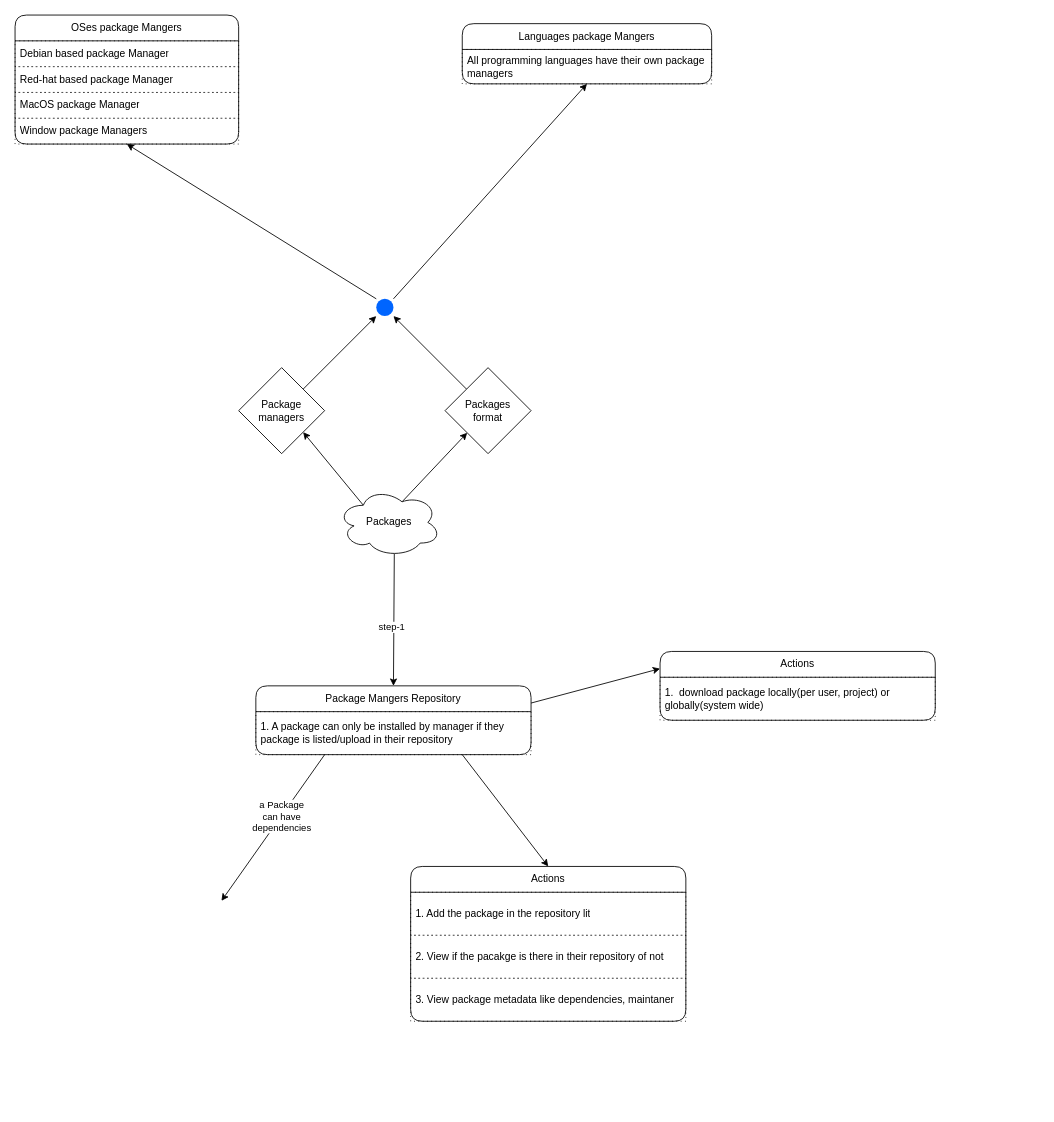
Earlier version of the draw.io diagram package-manager/pm.dio (knpvt5/Programming-Concepts). Source tidied: cells renumbered, new cells numbered last; positions are measured from the earlier drawing's top-left corner, leaving out a move shared by most shapes. Both pictures are drawn from the tidied source at 86%, with x=0, y=0 at pixel (15, 15).
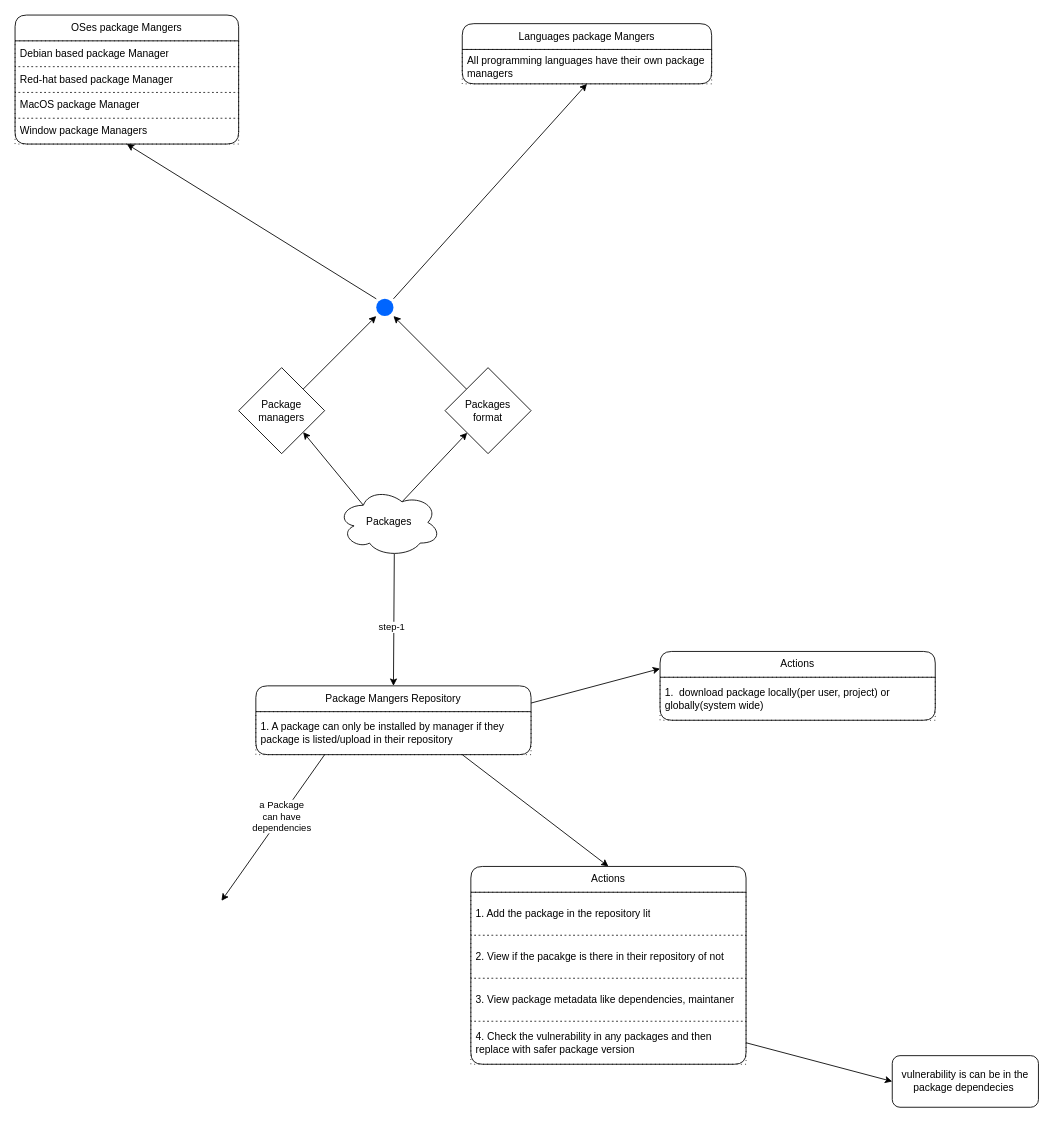
The same page after the edit.

Change to the diagram source:
```diff
@@
     <mxCell id="24" value="Actions" style="swimlane;fontStyle=0;horizontal=1;startSize=30;whiteSpace=wrap;html=1;rounded=1;" parent="1" vertex="1">
-      <mxGeometry x="460" y="990" width="320" height="180" as="geometry" />
+      <mxGeometry x="530" y="990" width="320" height="230" as="geometry" />
     </mxCell>
@@
+    <mxCell id="33" value="4. Check the vulnerability in any packages and then replace with safer package version" style="text;strokeColor=default;fillColor=none;align=left;verticalAlign=middle;spacingLeft=4;spacingRight=4;overflow=hidden;points=[[0,0.5],[1,0.5]];portConstraint=eastwest;whiteSpace=wrap;html=1;dashed=1;dashPattern=1 4;" parent="24" vertex="1">
+      <mxGeometry y="180" width="320" height="50" as="geometry" />
+    </mxCell>
@@
+    <mxCell id="34" value="vulnerability is can be in the package dependecies&amp;nbsp;" style="rounded=1;whiteSpace=wrap;html=1;" parent="1" vertex="1">
+      <mxGeometry x="1020" y="1210" width="170" height="60" as="geometry" />
+    </mxCell>
+    <mxCell id="35" style="edgeStyle=none;html=1;exitX=1;exitY=0.5;exitDx=0;exitDy=0;entryX=0;entryY=0.5;entryDx=0;entryDy=0;" parent="1" edge="1" source="33" target="34">
+      <mxGeometry relative="1" as="geometry" />
+    </mxCell>
```
